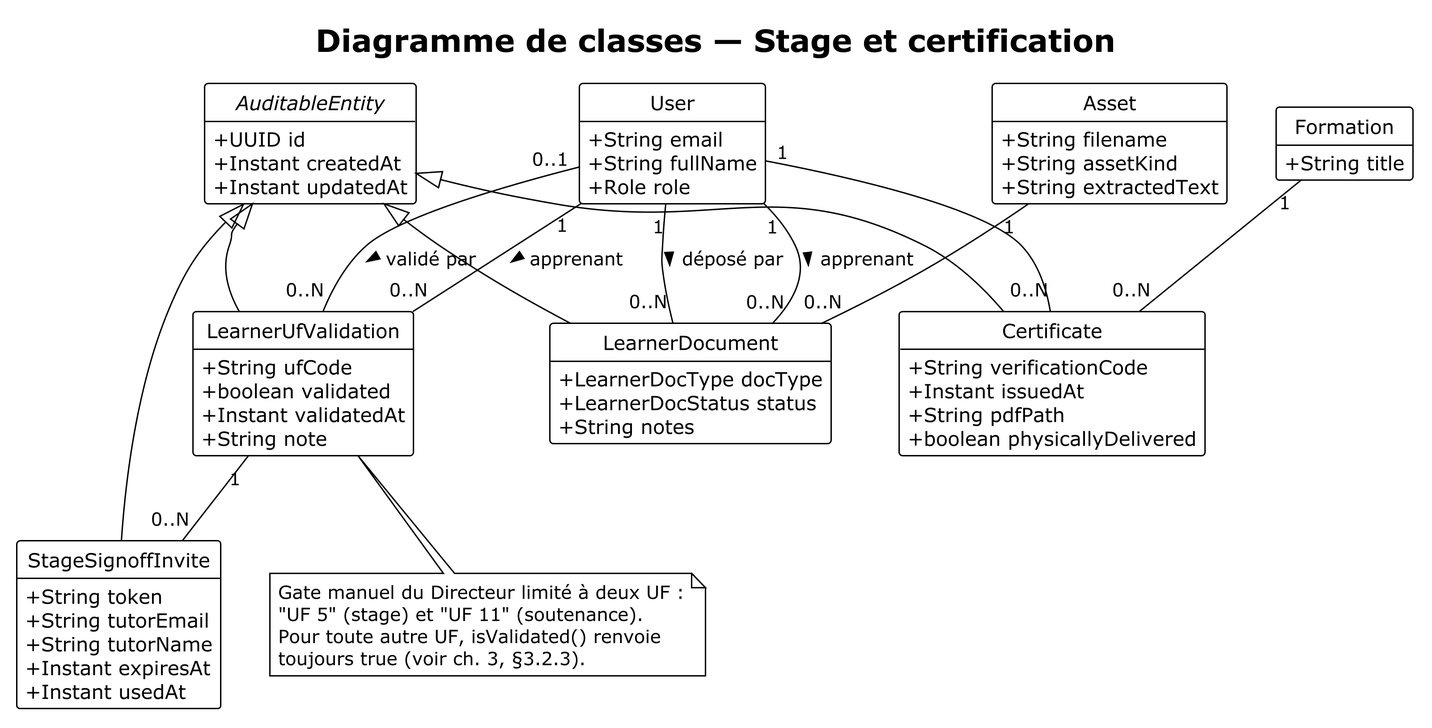
The PlantUML diagram diagrammes/images/diagramme_classes_stage_certification.png in aminecharro01/E-learning, before a commit.
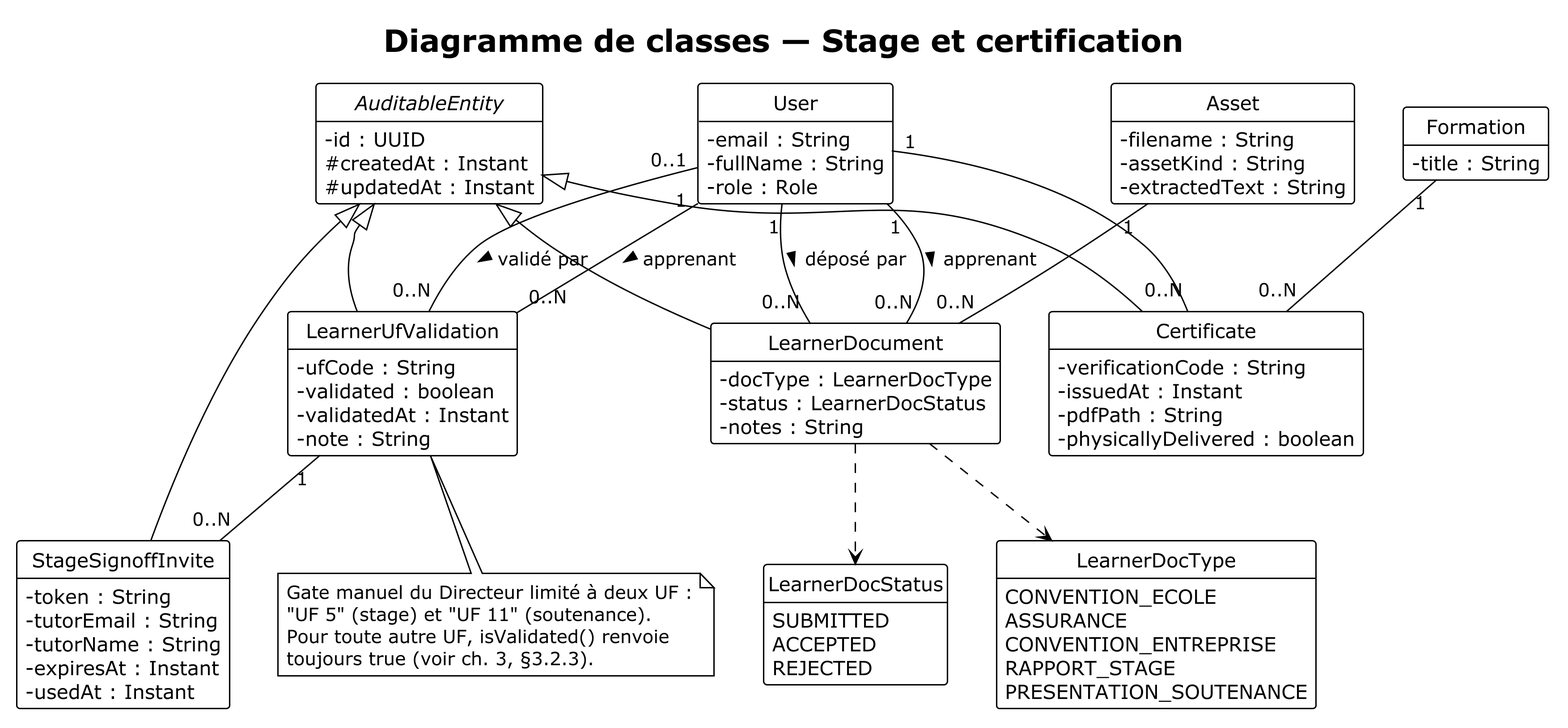
After the change.

Diff of the diagram source:
```diff
@@ -8,59 +8,76 @@
 title Diagramme de classes — Stage et certification
 
 abstract class AuditableEntity {
-  +UUID id
-  +Instant createdAt
-  +Instant updatedAt
+  - id : UUID
+  # createdAt : Instant
+  # updatedAt : Instant
 }
 
 class User {
-  +String email
-  +String fullName
-  +Role role
+  - email : String
+  - fullName : String
+  - role : Role
 }
 
 class Formation {
-  +String title
+  - title : String
 }
 
 class LearnerUfValidation {
-  +String ufCode
-  +boolean validated
-  +Instant validatedAt
-  +String note
+  - ufCode : String
+  - validated : boolean
+  - validatedAt : Instant
+  - note : String
 }
 
 class StageSignoffInvite {
-  +String token
-  +String tutorEmail
-  +String tutorName
-  +Instant expiresAt
-  +Instant usedAt
+  - token : String
+  - tutorEmail : String
+  - tutorName : String
+  - expiresAt : Instant
+  - usedAt : Instant
 }
 
 class LearnerDocument {
-  +LearnerDocType docType
-  +LearnerDocStatus status
-  +String notes
+  - docType : LearnerDocType
+  - status : LearnerDocStatus
+  - notes : String
 }
 
 class Asset {
-  +String filename
-  +String assetKind
-  +String extractedText
+  - filename : String
+  - assetKind : String
+  - extractedText : String
 }
 
 class Certificate {
-  +String verificationCode
-  +Instant issuedAt
-  +String pdfPath
-  +boolean physicallyDelivered
+  - verificationCode : String
+  - issuedAt : Instant
+  - pdfPath : String
+  - physicallyDelivered : boolean
+}
+
+enum LearnerDocType {
+  CONVENTION_ECOLE
+  ASSURANCE
+  CONVENTION_ENTREPRISE
+  RAPPORT_STAGE
+  PRESENTATION_SOUTENANCE
+}
+
+enum LearnerDocStatus {
+  SUBMITTED
+  ACCEPTED
+  REJECTED
 }
 
 AuditableEntity <|-- LearnerUfValidation
 AuditableEntity <|-- StageSignoffInvite
 AuditableEntity <|-- LearnerDocument
 AuditableEntity <|-- Certificate
+
+LearnerDocument ..> LearnerDocType
+LearnerDocument ..> LearnerDocStatus
 
 User "1" -- "0..N" LearnerUfValidation : apprenant >
 User "0..1" -- "0..N" LearnerUfValidation : validé par >
```
